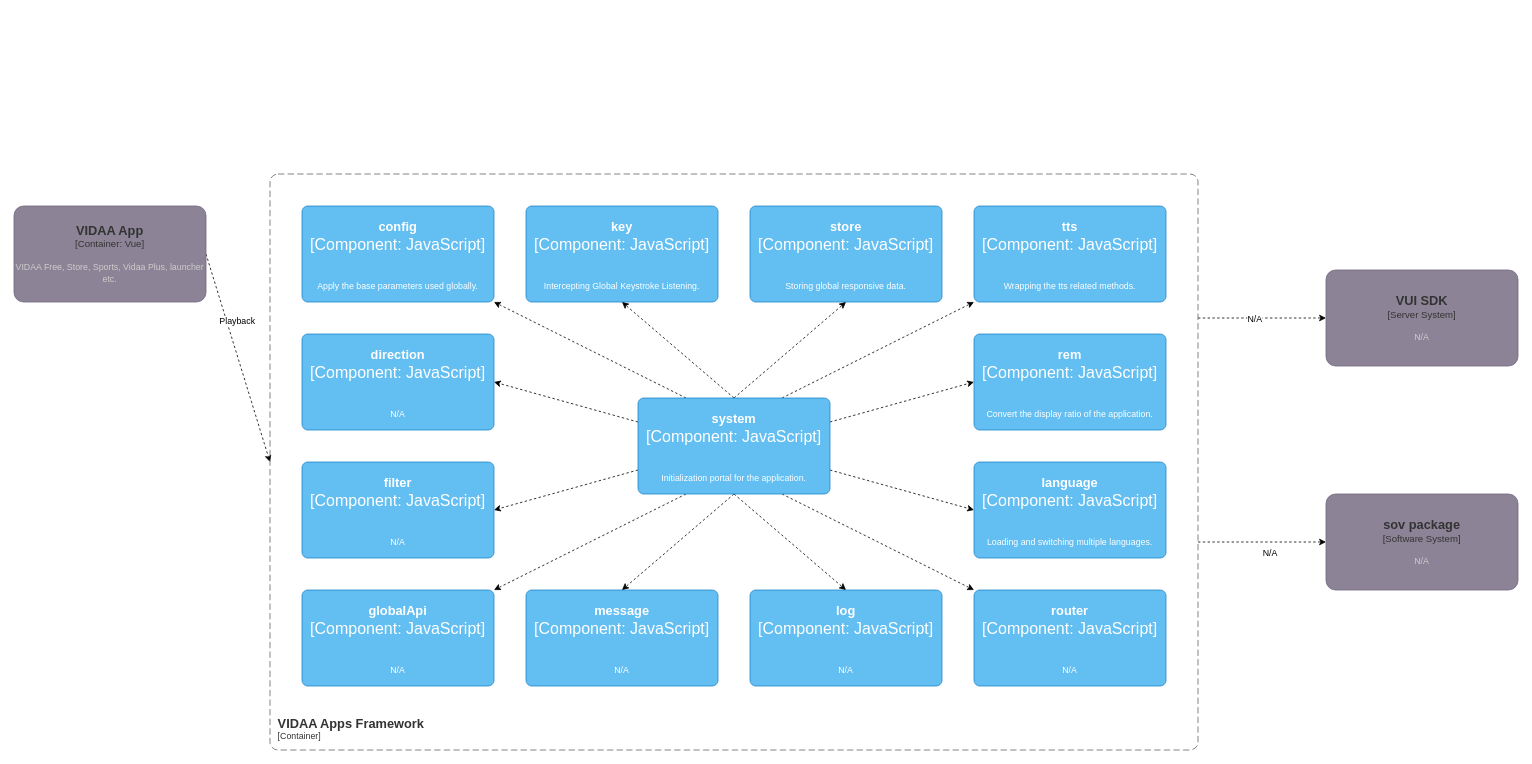
Above: page "WebRunning — Code Diagram" (2 of 9) of VIDAA_Omni_Apps.drawio in LeeDebug/drawio (draw.io), before the change. Source tidied: cells renumbered, new cells numbered last; positions are measured from the earlier drawing's top-left corner, leaving out a move shared by most shapes. Both pictures are drawn from the tidied source at 80%, with x=0, y=0 at pixel (14, 174).
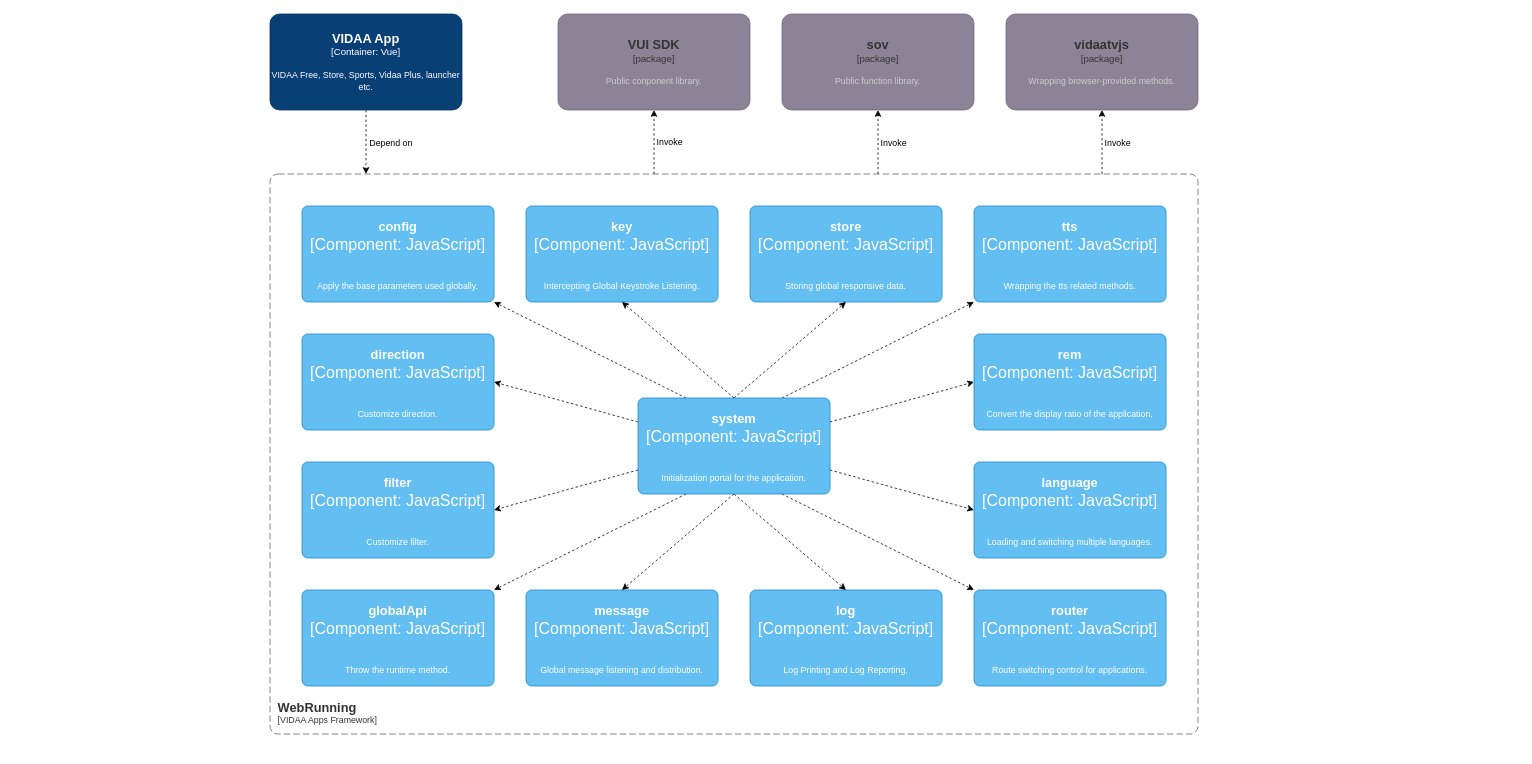
After the change.

Change to the diagram source:
```diff
@@
-    <mxCell id="2" style="edgeStyle=none;rounded=0;jettySize=auto;html=1;exitX=1;exitY=0.5;exitDx=0;exitDy=0;exitPerimeter=0;dashed=1;" parent="1" edge="1" source="4">
+    <mxCell id="2" style="edgeStyle=none;rounded=0;jettySize=auto;html=1;exitX=0.5;exitY=1;exitDx=0;exitDy=0;exitPerimeter=0;dashed=1;" parent="1" edge="1" source="39">
       <mxGeometry relative="1" as="geometry">
-        <mxPoint x="320" y="360" as="targetPoint" />
+        <mxPoint x="440" as="targetPoint" />
       </mxGeometry>
     </mxCell>
-    <mxCell id="3" value="Playback" style="edgeLabel;html=1;align=center;verticalAlign=middle;" parent="2" vertex="1">
+    <mxCell id="3" value="Depend on" style="edgeLabel;html=1;align=center;verticalAlign=middle;" parent="2" vertex="1">
       <mxGeometry x="-0.35" y="-1" relative="1" as="geometry">
-        <mxPoint x="14" y="-1" as="offset" />
+        <mxPoint x="31" y="14" as="offset" />
       </mxGeometry>
     </mxCell>
-    <object id="4" label="&lt;font style=&quot;font-size: 16px&quot;&gt;&lt;b&gt;%c4Name%&lt;/b&gt;&lt;/font&gt;&lt;div&gt;[%c4Type%]&lt;/div&gt;&lt;br&gt;&lt;div&gt;&lt;font style=&quot;font-size: 11px&quot;&gt;&lt;font color=&quot;#cccccc&quot;&gt;%c4Description%&lt;/font&gt;&lt;/div&gt;" c4Description="VIDAA Free, Store, Sports, Vidaa Plus, launcher etc." c4Name="VIDAA App" c4Type="Container: Vue" placeholders="1">
-      <mxCell style="rounded=1;whiteSpace=wrap;html=1;labelBackgroundColor=none;fillColor=#8C8496;fontColor=#333333;align=center;arcSize=10;strokeColor=#736782;points=[[0.25,0,0],[0.5,0,0],[0.75,0,0],[1,0.25,0],[1,0.5,0],[1,0.75,0],[0.75,1,0],[0.5,1,0],[0.25,1,0],[0,0.75,0],[0,0.5,0],[0,0.25,0]];" parent="1" vertex="1">
-        <mxGeometry y="40" width="240" height="120" as="geometry" />
-      </mxCell>
-    </object>
-    <object id="5" label="&lt;font style=&quot;font-size: 16px&quot;&gt;&lt;b&gt;%c4Name%&lt;/b&gt;&lt;/font&gt;&lt;div&gt;[%c4Type%]&lt;/div&gt;&lt;br&gt;&lt;div&gt;&lt;font style=&quot;font-size: 11px&quot;&gt;&lt;font color=&quot;#cccccc&quot;&gt;%c4Description%&lt;/font&gt;&lt;/div&gt;" c4Description="N/A" c4Name="VUI SDK" c4Type="Server System" placeholders="1">
+    <object id="5" label="&lt;font style=&quot;font-size: 16px&quot;&gt;&lt;b&gt;%c4Name%&lt;/b&gt;&lt;/font&gt;&lt;div&gt;[%c4Type%]&lt;/div&gt;&lt;br&gt;&lt;div&gt;&lt;font style=&quot;font-size: 11px&quot;&gt;&lt;font color=&quot;#cccccc&quot;&gt;%c4Description%&lt;/font&gt;&lt;/div&gt;" c4Description="Public conponent library." c4Name="VUI SDK" c4Type="package" placeholders="1">
       <mxCell style="rounded=1;whiteSpace=wrap;html=1;labelBackgroundColor=none;fillColor=#8C8496;align=center;arcSize=10;strokeColor=#736782;points=[[0.25,0,0],[0.5,0,0],[0.75,0,0],[1,0.25,0],[1,0.5,0],[1,0.75,0],[0.75,1,0],[0.5,1,0],[0.25,1,0],[0,0.75,0],[0,0.5,0],[0,0.25,0]];fontColor=#333333;" parent="1" vertex="1">
-        <mxGeometry x="1640" y="120" width="240" height="120" as="geometry" />
+        <mxGeometry x="680" y="-200" width="240" height="120" as="geometry" />
       </mxCell>
     </object>
-    <mxCell id="6" style="edgeStyle=none;rounded=0;jettySize=auto;html=1;entryX=0;entryY=0.5;entryDx=0;entryDy=0;entryPerimeter=0;dashed=1;" parent="1" edge="1" target="5">
+    <mxCell id="6" style="edgeStyle=none;rounded=0;jettySize=auto;html=1;entryX=0.5;entryY=1;entryDx=0;entryDy=0;entryPerimeter=0;dashed=1;" parent="1" edge="1" target="5">
       <mxGeometry relative="1" as="geometry">
-        <mxPoint x="1480" y="180" as="sourcePoint" />
+        <mxPoint x="800" as="sourcePoint" />
       </mxGeometry>
     </mxCell>
-    <mxCell id="7" value="N/A" style="edgeLabel;html=1;align=center;verticalAlign=middle;" parent="6" vertex="1">
+    <mxCell id="7" value="Invoke&amp;nbsp;" style="edgeLabel;html=1;align=center;verticalAlign=middle;" parent="6" vertex="1">
       <mxGeometry x="0.34" y="-2" relative="1" as="geometry">
-        <mxPoint x="-37" y="-2" as="offset" />
+        <mxPoint x="18" y="13" as="offset" />
       </mxGeometry>
     </mxCell>
-    <mxCell id="8" style="edgeStyle=none;rounded=0;jettySize=auto;html=1;entryX=0;entryY=0.5;entryDx=0;entryDy=0;entryPerimeter=0;dashed=1;" parent="1" edge="1" target="10">
+    <mxCell id="8" style="edgeStyle=none;rounded=0;jettySize=auto;html=1;entryX=0.5;entryY=1;entryDx=0;entryDy=0;entryPerimeter=0;dashed=1;" parent="1" edge="1" target="10">
       <mxGeometry relative="1" as="geometry">
-        <mxPoint x="1480" y="460" as="sourcePoint" />
+        <mxPoint x="1080" as="sourcePoint" />
       </mxGeometry>
     </mxCell>
-    <mxCell id="9" value="N/A" style="edgeLabel;html=1;align=center;verticalAlign=middle;" parent="8" vertex="1">
+    <mxCell id="9" value="Invoke&amp;nbsp;" style="edgeLabel;html=1;align=center;verticalAlign=middle;" parent="8" vertex="1">
       <mxGeometry x="0.23" y="2" relative="1" as="geometry">
-        <mxPoint x="-9" y="15" as="offset" />
+        <mxPoint x="22" y="9" as="offset" />
       </mxGeometry>
     </mxCell>
-    <object id="10" label="&lt;font style=&quot;font-size: 16px&quot;&gt;&lt;b&gt;%c4Name%&lt;/b&gt;&lt;/font&gt;&lt;div&gt;[%c4Type%]&lt;/div&gt;&lt;br&gt;&lt;div&gt;&lt;font style=&quot;font-size: 11px&quot;&gt;&lt;font color=&quot;#cccccc&quot;&gt;%c4Description%&lt;/font&gt;&lt;/div&gt;" c4Description="N/A" c4Name="sov package" c4Type="Software System" placeholders="1">
+    <object id="10" label="&lt;font style=&quot;font-size: 16px&quot;&gt;&lt;b&gt;%c4Name%&lt;/b&gt;&lt;/font&gt;&lt;div&gt;[%c4Type%]&lt;/div&gt;&lt;br&gt;&lt;div&gt;&lt;font style=&quot;font-size: 11px&quot;&gt;&lt;font color=&quot;#cccccc&quot;&gt;%c4Description%&lt;/font&gt;&lt;/div&gt;" c4Description="Public function library." c4Name="sov" c4Type="package" placeholders="1">
       <mxCell style="rounded=1;whiteSpace=wrap;html=1;labelBackgroundColor=none;fillColor=#8C8496;fontColor=#333333;align=center;arcSize=10;strokeColor=#736782;points=[[0.25,0,0],[0.5,0,0],[0.75,0,0],[1,0.25,0],[1,0.5,0],[1,0.75,0],[0.75,1,0],[0.5,1,0],[0.25,1,0],[0,0.75,0],[0,0.5,0],[0,0.25,0]];" parent="1" vertex="1">
-        <mxGeometry x="1640" y="400" width="240" height="120" as="geometry" />
+        <mxGeometry x="960" y="-200" width="240" height="120" as="geometry" />
       </mxCell>
     </object>
-    <object id="11" label="&lt;font style=&quot;font-size: 16px&quot;&gt;&lt;b&gt;&lt;div style=&quot;text-align: left&quot;&gt;%c4Name%&lt;/div&gt;&lt;/b&gt;&lt;/font&gt;&lt;div style=&quot;text-align: left&quot;&gt;[%c4Application%]&lt;/div&gt;" c4Application="Container" c4Name="VIDAA Apps Framework" placeholders="1">
+    <object id="11" label="&lt;font style=&quot;font-size: 16px&quot;&gt;&lt;b&gt;&lt;div style=&quot;text-align: left&quot;&gt;%c4Name%&lt;/div&gt;&lt;/b&gt;&lt;/font&gt;&lt;div style=&quot;text-align: left&quot;&gt;[%c4Application%]&lt;/div&gt;" c4Application="VIDAA Apps Framework" c4Name="WebRunning" placeholders="1">
       <mxCell style="rounded=1;fontSize=11;whiteSpace=wrap;html=1;dashed=1;arcSize=20;fillColor=none;strokeColor=#666666;fontColor=#333333;labelBackgroundColor=none;align=left;verticalAlign=bottom;labelBorderColor=none;spacingTop=0;spacing=10;dashPattern=8 4;perimeter=rectanglePerimeter;noLabel=0;labelPadding=0;absoluteArcSize=1;" parent="1" vertex="1">
-        <mxGeometry x="320" width="1160" height="720" as="geometry" />
+        <mxGeometry x="320" width="1160" height="700" as="geometry" />
       </mxCell>
     </object>
@@
-    <object id="13" label="&lt;font style=&quot;font-size: 16px&quot;&gt;&lt;b&gt;%c4Name%&lt;/b&gt;&lt;/font&gt;&lt;div&gt;[%c4Type%: %c4Technology%]&lt;/div&gt;&lt;br&gt;&lt;div&gt;&lt;font style=&quot;font-size: 11px&quot;&gt;%c4Description%&lt;/font&gt;&lt;/div&gt;" c4Description="N/A" c4Name="direction" c4Technology="JavaScript" c4Type="Component" placeholders="1">
+    <object id="13" label="&lt;font style=&quot;font-size: 16px&quot;&gt;&lt;b&gt;%c4Name%&lt;/b&gt;&lt;/font&gt;&lt;div&gt;[%c4Type%: %c4Technology%]&lt;/div&gt;&lt;br&gt;&lt;div&gt;&lt;font style=&quot;font-size: 11px&quot;&gt;%c4Description%&lt;/font&gt;&lt;/div&gt;" c4Description="Customize direction." c4Name="direction" c4Technology="JavaScript" c4Type="Component" placeholders="1">
       <mxCell style="rounded=1;whiteSpace=wrap;html=1;labelBackgroundColor=none;fillColor=#63BEF2;fontColor=#ffffff;align=center;arcSize=6;strokeColor=#2086C9;points=[[0.25,0,0],[0.5,0,0],[0.75,0,0],[1,0.25,0],[1,0.5,0],[1,0.75,0],[0.75,1,0],[0.5,1,0],[0.25,1,0],[0,0.75,0],[0,0.5,0],[0,0.25,0]];hachureGap=4;fontFamily=Helvetica;fontSize=20;" parent="1" vertex="1">
         <mxGeometry x="360" y="200" width="240" height="120" as="geometry" />
       </mxCell>
     </object>
-    <object id="14" label="&lt;font style=&quot;font-size: 16px&quot;&gt;&lt;b&gt;%c4Name%&lt;/b&gt;&lt;/font&gt;&lt;div&gt;[%c4Type%: %c4Technology%]&lt;/div&gt;&lt;br&gt;&lt;div&gt;&lt;font style=&quot;font-size: 11px&quot;&gt;%c4Description%&lt;/font&gt;&lt;/div&gt;" c4Description="N/A" c4Name="filter" c4Technology="JavaScript" c4Type="Component" placeholders="1">
+    <object id="14" label="&lt;font style=&quot;font-size: 16px&quot;&gt;&lt;b&gt;%c4Name%&lt;/b&gt;&lt;/font&gt;&lt;div&gt;[%c4Type%: %c4Technology%]&lt;/div&gt;&lt;br&gt;&lt;div&gt;&lt;font style=&quot;font-size: 11px&quot;&gt;%c4Description%&lt;/font&gt;&lt;/div&gt;" c4Description="Customize filter." c4Name="filter" c4Technology="JavaScript" c4Type="Component" placeholders="1">
       <mxCell style="rounded=1;whiteSpace=wrap;html=1;labelBackgroundColor=none;fillColor=#63BEF2;fontColor=#ffffff;align=center;arcSize=6;strokeColor=#2086C9;points=[[0.25,0,0],[0.5,0,0],[0.75,0,0],[1,0.25,0],[1,0.5,0],[1,0.75,0],[0.75,1,0],[0.5,1,0],[0.25,1,0],[0,0.75,0],[0,0.5,0],[0,0.25,0]];hachureGap=4;fontFamily=Helvetica;fontSize=20;" parent="1" vertex="1">
         <mxGeometry x="360" y="360" width="240" height="120" as="geometry" />
       </mxCell>
     </object>
-    <object id="15" label="&lt;font style=&quot;font-size: 16px&quot;&gt;&lt;b&gt;%c4Name%&lt;/b&gt;&lt;/font&gt;&lt;div&gt;[%c4Type%: %c4Technology%]&lt;/div&gt;&lt;br&gt;&lt;div&gt;&lt;font style=&quot;font-size: 11px&quot;&gt;%c4Description%&lt;/font&gt;&lt;/div&gt;" c4Description="N/A" c4Name="globalApi" c4Technology="JavaScript" c4Type="Component" placeholders="1">
+    <object id="15" label="&lt;font style=&quot;font-size: 16px&quot;&gt;&lt;b&gt;%c4Name%&lt;/b&gt;&lt;/font&gt;&lt;div&gt;[%c4Type%: %c4Technology%]&lt;/div&gt;&lt;br&gt;&lt;div&gt;&lt;font style=&quot;font-size: 11px&quot;&gt;%c4Description%&lt;/font&gt;&lt;/div&gt;" c4Description="Throw the runtime method." c4Name="globalApi" c4Technology="JavaScript" c4Type="Component" placeholders="1">
       <mxCell style="rounded=1;whiteSpace=wrap;html=1;labelBackgroundColor=none;fillColor=#63BEF2;fontColor=#ffffff;align=center;arcSize=6;strokeColor=#2086C9;points=[[0.25,0,0],[0.5,0,0],[0.75,0,0],[1,0.25,0],[1,0.5,0],[1,0.75,0],[0.75,1,0],[0.5,1,0],[0.25,1,0],[0,0.75,0],[0,0.5,0],[0,0.25,0]];hachureGap=4;fontFamily=Helvetica;fontSize=20;" parent="1" vertex="1">
         <mxGeometry x="360" y="520" width="240" height="120" as="geometry" />
       </mxCell>
     </object>
@@
-    <object id="18" label="&lt;font style=&quot;font-size: 16px&quot;&gt;&lt;b&gt;%c4Name%&lt;/b&gt;&lt;/font&gt;&lt;div&gt;[%c4Type%: %c4Technology%]&lt;/div&gt;&lt;br&gt;&lt;div&gt;&lt;font style=&quot;font-size: 11px&quot;&gt;%c4Description%&lt;/font&gt;&lt;/div&gt;" c4Description="N/A" c4Name="log" c4Technology="JavaScript" c4Type="Component" placeholders="1">
+    <object id="18" label="&lt;font style=&quot;font-size: 16px&quot;&gt;&lt;b&gt;%c4Name%&lt;/b&gt;&lt;/font&gt;&lt;div&gt;[%c4Type%: %c4Technology%]&lt;/div&gt;&lt;br&gt;&lt;div&gt;&lt;font style=&quot;font-size: 11px&quot;&gt;%c4Description%&lt;/font&gt;&lt;/div&gt;" c4Description="Log Printing and Log Reporting." c4Name="log" c4Technology="JavaScript" c4Type="Component" placeholders="1">
       <mxCell style="rounded=1;whiteSpace=wrap;html=1;labelBackgroundColor=none;fillColor=#63BEF2;fontColor=#ffffff;align=center;arcSize=6;strokeColor=#2086C9;points=[[0.25,0,0],[0.5,0,0],[0.75,0,0],[1,0.25,0],[1,0.5,0],[1,0.75,0],[0.75,1,0],[0.5,1,0],[0.25,1,0],[0,0.75,0],[0,0.5,0],[0,0.25,0]];hachureGap=4;fontFamily=Helvetica;fontSize=20;" parent="1" vertex="1">
         <mxGeometry x="920" y="520" width="240" height="120" as="geometry" />
       </mxCell>
     </object>
-    <object id="19" label="&lt;font style=&quot;font-size: 16px&quot;&gt;&lt;b&gt;%c4Name%&lt;/b&gt;&lt;/font&gt;&lt;div&gt;[%c4Type%: %c4Technology%]&lt;/div&gt;&lt;br&gt;&lt;div&gt;&lt;font style=&quot;font-size: 11px&quot;&gt;%c4Description%&lt;/font&gt;&lt;/div&gt;" c4Description="N/A" c4Name="message" c4Technology="JavaScript" c4Type="Component" placeholders="1">
+    <object id="19" label="&lt;font style=&quot;font-size: 16px&quot;&gt;&lt;b&gt;%c4Name%&lt;/b&gt;&lt;/font&gt;&lt;div&gt;[%c4Type%: %c4Technology%]&lt;/div&gt;&lt;br&gt;&lt;div&gt;&lt;font style=&quot;font-size: 11px&quot;&gt;%c4Description%&lt;/font&gt;&lt;/div&gt;" c4Description="Global message listening and distribution." c4Name="message" c4Technology="JavaScript" c4Type="Component" placeholders="1">
       <mxCell style="rounded=1;whiteSpace=wrap;html=1;labelBackgroundColor=none;fillColor=#63BEF2;fontColor=#ffffff;align=center;arcSize=6;strokeColor=#2086C9;points=[[0.25,0,0],[0.5,0,0],[0.75,0,0],[1,0.25,0],[1,0.5,0],[1,0.75,0],[0.75,1,0],[0.5,1,0],[0.25,1,0],[0,0.75,0],[0,0.5,0],[0,0.25,0]];hachureGap=4;fontFamily=Helvetica;fontSize=20;" parent="1" vertex="1">
         <mxGeometry x="640" y="520" width="240" height="120" as="geometry" />
       </mxCell>
     </object>
@@
-    <object id="22" label="&lt;font style=&quot;font-size: 16px&quot;&gt;&lt;b&gt;%c4Name%&lt;/b&gt;&lt;/font&gt;&lt;div&gt;[%c4Type%: %c4Technology%]&lt;/div&gt;&lt;br&gt;&lt;div&gt;&lt;font style=&quot;font-size: 11px&quot;&gt;%c4Description%&lt;/font&gt;&lt;/div&gt;" c4Description="N/A" c4Name="router" c4Technology="JavaScript" c4Type="Component" placeholders="1">
+    <object id="22" label="&lt;font style=&quot;font-size: 16px&quot;&gt;&lt;b&gt;%c4Name%&lt;/b&gt;&lt;/font&gt;&lt;div&gt;[%c4Type%: %c4Technology%]&lt;/div&gt;&lt;br&gt;&lt;div&gt;&lt;font style=&quot;font-size: 11px&quot;&gt;%c4Description%&lt;/font&gt;&lt;/div&gt;" c4Description="Route switching control for applications." c4Name="router" c4Technology="JavaScript" c4Type="Component" placeholders="1">
       <mxCell style="rounded=1;whiteSpace=wrap;html=1;labelBackgroundColor=none;fillColor=#63BEF2;fontColor=#ffffff;align=center;arcSize=6;strokeColor=#2086C9;points=[[0.25,0,0],[0.5,0,0],[0.75,0,0],[1,0.25,0],[1,0.5,0],[1,0.75,0],[0.75,1,0],[0.5,1,0],[0.25,1,0],[0,0.75,0],[0,0.5,0],[0,0.25,0]];hachureGap=4;fontFamily=Helvetica;fontSize=20;" parent="1" vertex="1">
         <mxGeometry x="1200" y="520" width="240" height="120" as="geometry" />
       </mxCell>
     </object>
@@
+    <object id="4" label="&lt;font style=&quot;font-size: 16px&quot;&gt;&lt;b&gt;%c4Name%&lt;/b&gt;&lt;/font&gt;&lt;div&gt;[%c4Type%]&lt;/div&gt;&lt;br&gt;&lt;div&gt;&lt;font style=&quot;font-size: 11px&quot;&gt;&lt;font color=&quot;#cccccc&quot;&gt;%c4Description%&lt;/font&gt;&lt;/div&gt;" c4Description="Wrapping browser-provided methods." c4Name="vidaatvjs" c4Type="package" placeholders="1">
+      <mxCell style="rounded=1;whiteSpace=wrap;html=1;labelBackgroundColor=none;fillColor=#8C8496;fontColor=#333333;align=center;arcSize=10;strokeColor=#736782;points=[[0.25,0,0],[0.5,0,0],[0.75,0,0],[1,0.25,0],[1,0.5,0],[1,0.75,0],[0.75,1,0],[0.5,1,0],[0.25,1,0],[0,0.75,0],[0,0.5,0],[0,0.25,0]];" parent="1" vertex="1">
+        <mxGeometry x="1240" y="-200" width="240" height="120" as="geometry" />
+      </mxCell>
+    </object>
+    <mxCell id="37" style="edgeStyle=none;rounded=0;jettySize=auto;html=1;entryX=0.5;entryY=1;entryDx=0;entryDy=0;entryPerimeter=0;dashed=1;" parent="1" edge="1" target="4">
+      <mxGeometry relative="1" as="geometry">
+        <mxPoint x="1360" as="sourcePoint" />
+      </mxGeometry>
+    </mxCell>
+    <mxCell id="38" value="Invoke&amp;nbsp;" style="edgeLabel;html=1;align=center;verticalAlign=middle;" parent="37" vertex="1">
+      <mxGeometry x="0.23" y="2" relative="1" as="geometry">
+        <mxPoint x="22" y="9" as="offset" />
+      </mxGeometry>
+    </mxCell>
+    <object id="39" label="&lt;font style=&quot;font-size: 16px&quot;&gt;&lt;b&gt;%c4Name%&lt;/b&gt;&lt;/font&gt;&lt;div&gt;[%c4Type%]&lt;/div&gt;&lt;br&gt;&lt;div&gt;&lt;font style=&quot;font-size: 11px&quot;&gt;&lt;font&gt;%c4Description%&lt;/font&gt;&lt;/font&gt;&lt;/div&gt;" c4Description="VIDAA Free, Store, Sports, Vidaa Plus, launcher etc." c4Name="VIDAA App" c4Type="Container: Vue" placeholders="1">
+      <mxCell style="rounded=1;whiteSpace=wrap;html=1;labelBackgroundColor=none;fillColor=#083F75;fontColor=#FFFFFF;align=center;arcSize=10;strokeColor=#06315C;points=[[0.25,0,0],[0.5,0,0],[0.75,0,0],[1,0.25,0],[1,0.5,0],[1,0.75,0],[0.75,1,0],[0.5,1,0],[0.25,1,0],[0,0.75,0],[0,0.5,0],[0,0.25,0]];" parent="1" vertex="1">
+        <mxGeometry x="320" y="-200" width="240" height="120" as="geometry" />
+      </mxCell>
+    </object>
```
